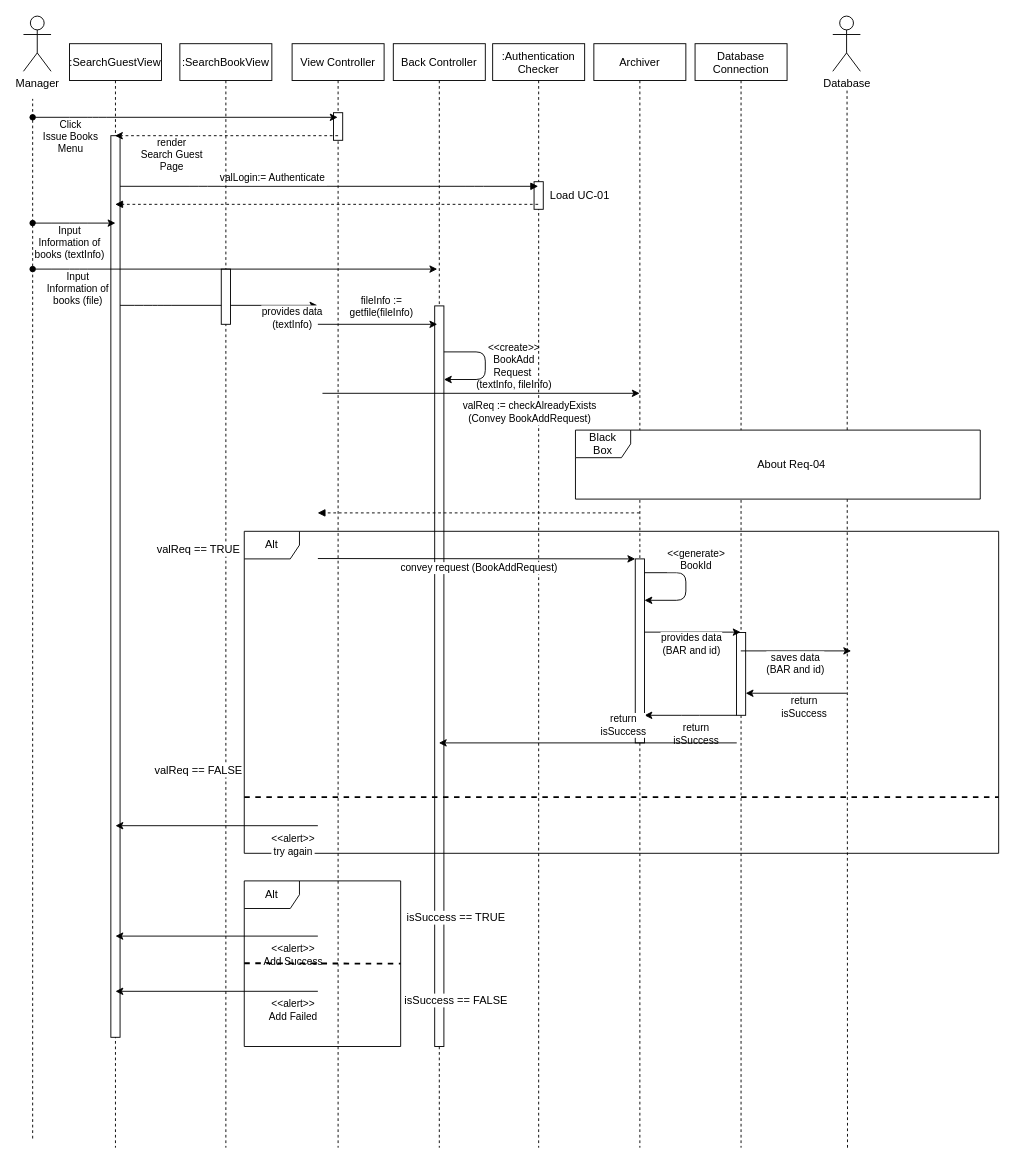
Above: docs/SequenceDiagram/SD-UC-03.drawio in youngkwon02/Enhanced-library-management (draw.io), before the change. Source tidied: cells renumbered, new cells numbered last; positions are measured from the earlier drawing's top-left corner, leaving out a move shared by most shapes. Both pictures are drawn from the tidied source at 92%, with x=0, y=0 at pixel (23, 16).
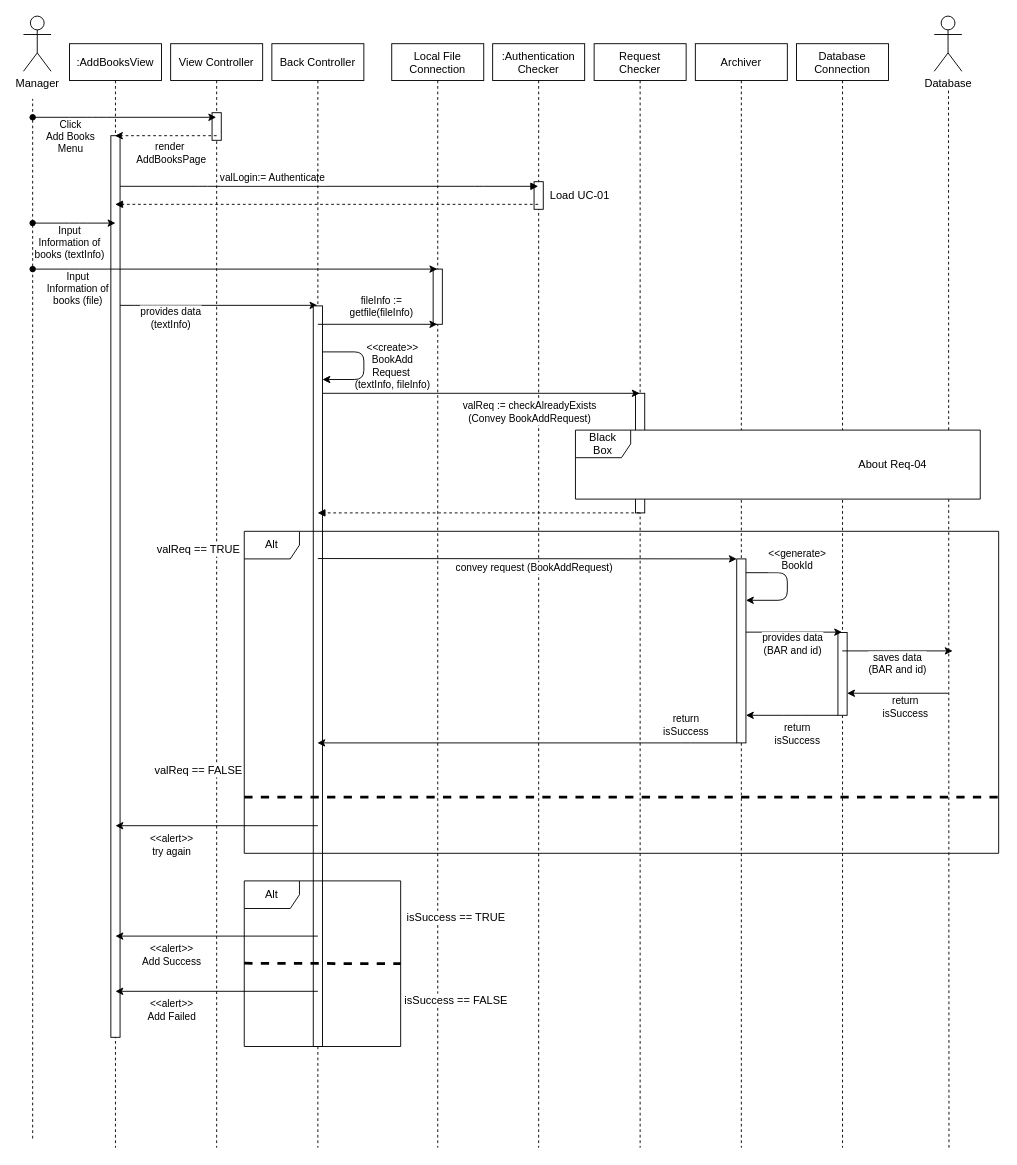
Above is the later version.

The change refers to these unchanged cells:
```xml
<mxCell id="2" style="endArrow=classic;html=1;startArrow=none;startFill=0;" parent="1" edge="1">
  <mxGeometry relative="1" as="geometry">
    <mxPoint x="99.7" y="314.4" as="sourcePoint" />
    <mxPoint x="319.5" y="314.4" as="targetPoint" />
    <Array as="points">
      <mxPoint x="130.5" y="314.4" />
      <mxPoint x="150.5" y="314.4" />
    </Array>
  </mxGeometry>
</mxCell>
<mxCell id="17" style="points=[];perimeter=orthogonalPerimeter;rounded=0;shadow=0;strokeWidth=1;" parent="16" vertex="1">
  <mxGeometry x="45" y="560" width="10" height="200" as="geometry" />
</mxCell>
<mxCell id="21" style="endArrow=classic;html=1;startArrow=oval;startFill=1;" parent="1" edge="1" target="8">
  <mxGeometry relative="1" as="geometry">
    <mxPoint x="10" y="110" as="sourcePoint" />
    <Array as="points">
      <mxPoint x="60" y="110" />
      <mxPoint x="80" y="110" />
    </Array>
  </mxGeometry>
</mxCell>
<mxCell id="52" style="endArrow=classic;html=1;" parent="1" edge="1" target="12">
  <mxGeometry relative="1" as="geometry">
    <mxPoint x="775.3" y="790" as="sourcePoint" />
    <Array as="points">
      <mxPoint x="725.3" y="790" />
    </Array>
  </mxGeometry>
</mxCell>
<mxCell id="57" style="endArrow=classic;html=1;strokeWidth=1;" parent="1" edge="1">
  <mxGeometry relative="1" as="geometry">
    <mxPoint x="320" y="880" as="sourcePoint" />
    <mxPoint x="100" y="880" as="targetPoint" />
  </mxGeometry>
</mxCell>
<mxCell id="60" style="endArrow=classic;html=1;strokeWidth=1;" parent="1" edge="1">
  <mxGeometry relative="1" as="geometry">
    <mxPoint x="320" y="1000" as="sourcePoint" />
    <mxPoint x="100" y="1000" as="targetPoint" />
  </mxGeometry>
</mxCell>
<mxCell id="63" style="endArrow=classic;html=1;strokeWidth=1;" parent="1" edge="1">
  <mxGeometry relative="1" as="geometry">
    <mxPoint x="320" y="1060" as="sourcePoint" />
    <mxPoint x="100" y="1060" as="targetPoint" />
  </mxGeometry>
</mxCell>
```

Change to the diagram source:
```diff
@@
     <mxCell id="3" value="provides data&lt;br&gt;(textInfo)" style="edgeLabel;html=1;align=center;verticalAlign=middle;" parent="2" vertex="1">
       <mxGeometry x="-0.17" y="-1" relative="1" as="geometry">
-        <mxPoint x="101" y="12" as="offset" />
+        <mxPoint x="-31" y="12" as="offset" />
       </mxGeometry>
     </mxCell>
@@
-    <mxCell id="6" value=":SearchGuestView" style="shape=umlLifeline;perimeter=lifelinePerimeter;rounded=0;shadow=0;strokeWidth=1;" parent="1" vertex="1">
+    <mxCell id="6" value=":AddBooksView" style="shape=umlLifeline;perimeter=lifelinePerimeter;rounded=0;shadow=0;strokeWidth=1;" parent="1" vertex="1">
       <mxGeometry x="50" y="30" width="100" height="1200" as="geometry" />
     </mxCell>
@@
     <mxCell id="8" value="View Controller" style="shape=umlLifeline;perimeter=lifelinePerimeter;rounded=0;shadow=0;strokeWidth=1;" parent="1" vertex="1">
-      <mxGeometry x="292" y="30" width="100" height="1200" as="geometry" />
+      <mxGeometry x="160" y="30" width="100" height="1200" as="geometry" />
     </mxCell>
@@
     <mxCell id="12" value="Back Controller" style="shape=umlLifeline;perimeter=lifelinePerimeter;rounded=0;shadow=0;strokeWidth=1;" parent="1" vertex="1">
-      <mxGeometry x="402" y="30" width="100" height="1200" as="geometry" />
+      <mxGeometry x="270" y="30" width="100" height="1200" as="geometry" />
     </mxCell>
@@
-    <mxCell id="14" value=":SearchBookView" style="shape=umlLifeline;perimeter=lifelinePerimeter;rounded=0;shadow=0;strokeWidth=1;" parent="1" vertex="1">
-      <mxGeometry x="170" y="30" width="100" height="1200" as="geometry" />
+    <mxCell id="14" value="Local File&#10;Connection" style="shape=umlLifeline;perimeter=lifelinePerimeter;rounded=0;shadow=0;strokeWidth=1;" parent="1" vertex="1">
+      <mxGeometry x="400.3" y="30" width="100" height="1200" as="geometry" />
     </mxCell>
@@
+    <mxCell id="70" value="Request&#10;Checker" style="shape=umlLifeline;perimeter=lifelinePerimeter;rounded=0;shadow=0;strokeWidth=1;" parent="1" vertex="1">
+      <mxGeometry x="620.3" y="30" width="100" height="1200" as="geometry" />
+    </mxCell>
+    <mxCell id="71" style="perimeter=orthogonalPerimeter;rounded=0;shadow=0;strokeWidth=1;" parent="70" vertex="1">
+      <mxGeometry x="45" y="380" width="10" height="130" as="geometry" />
+    </mxCell>
     <mxCell id="16" value="Archiver" style="shape=umlLifeline;perimeter=lifelinePerimeter;rounded=0;shadow=0;strokeWidth=1;" parent="1" vertex="1">
-      <mxGeometry x="620" y="30" width="100" height="1200" as="geometry" />
+      <mxGeometry x="730.3" y="30" width="100" height="1200" as="geometry" />
     </mxCell>
@@
     <mxCell id="18" value="Database&#10;Connection" style="shape=umlLifeline;perimeter=lifelinePerimeter;rounded=0;shadow=0;strokeWidth=1;" parent="1" vertex="1">
-      <mxGeometry x="730" y="30" width="100" height="1200" as="geometry" />
+      <mxGeometry x="840.3" y="30" width="100" height="1200" as="geometry" />
     </mxCell>
@@
     <mxCell id="20" value="Load UC-01" style="text;html=1;strokeColor=none;fillColor=none;align=center;verticalAlign=middle;whiteSpace=wrap;rounded=0;" parent="1" vertex="1">
-      <mxGeometry x="570" y="185" width="70.3" height="20" as="geometry" />
+      <mxGeometry x="570.3" y="185" width="70" height="20" as="geometry" />
     </mxCell>
@@
-    <mxCell id="22" value="Click&lt;br&gt;Issue Books&lt;br&gt;Menu" style="edgeLabel;html=1;align=center;verticalAlign=middle;" parent="21" vertex="1">
+    <mxCell id="22" value="Click&lt;br&gt;Add Books&lt;br&gt;Menu" style="edgeLabel;html=1;align=center;verticalAlign=middle;" parent="21" vertex="1">
       <mxGeometry x="-0.17" y="-1" relative="1" as="geometry">
-        <mxPoint x="-98" y="19" as="offset" />
+        <mxPoint x="-43" y="19" as="offset" />
       </mxGeometry>
     </mxCell>
@@
     <mxCell id="30" style="endArrow=classic;html=1;edgeStyle=orthogonalEdgeStyle;" parent="1" edge="1">
       <mxGeometry relative="1" as="geometry">
-        <mxPoint x="457" y="365" as="sourcePoint" />
-        <mxPoint x="457" y="395" as="targetPoint" />
+        <mxPoint x="325" y="365" as="sourcePoint" />
+        <mxPoint x="325" y="395" as="targetPoint" />
         <Array as="points">
-          <mxPoint x="502" y="365" />
-          <mxPoint x="502" y="395" />
+          <mxPoint x="370" y="365" />
+          <mxPoint x="370" y="395" />
         </Array>
       </mxGeometry>
     </mxCell>
@@
     <mxCell id="32" value="Database" style="shape=umlActor;verticalLabelPosition=bottom;verticalAlign=top;html=1;" parent="1" vertex="1">
-      <mxGeometry x="879.7" width="30" height="60" as="geometry" />
+      <mxGeometry x="990" width="30" height="60" as="geometry" />
     </mxCell>
-    <mxCell id="33" style="endArrow=classic;html=1;" parent="1" edge="1">
+    <mxCell id="33" style="endArrow=classic;html=1;" parent="1" edge="1" target="70">
       <mxGeometry relative="1" as="geometry">
         <mxPoint x="325" y="410" as="sourcePoint" />
-        <mxPoint x="669.8" y="410" as="targetPoint" />
       </mxGeometry>
     </mxCell>
@@
     <mxCell id="35" style="endArrow=none;dashed=1;html=1;" parent="1" edge="1">
       <mxGeometry relative="1" as="geometry">
-        <mxPoint x="895.7" y="1230" as="sourcePoint" />
-        <mxPoint x="895.2" y="80" as="targetPoint" />
+        <mxPoint x="1006" y="1230" as="sourcePoint" />
+        <mxPoint x="1005.5" y="80" as="targetPoint" />
       </mxGeometry>
     </mxCell>
@@
     <mxCell id="37" value="About Req-04" style="text;html=1;strokeColor=none;fillColor=none;align=center;verticalAlign=middle;whiteSpace=wrap;rounded=0;" parent="1" vertex="1">
-      <mxGeometry x="789.7" y="477.5" width="90" height="20" as="geometry" />
+      <mxGeometry x="900" y="477.5" width="90" height="20" as="geometry" />
     </mxCell>
@@
+    <mxCell id="72" style="endArrow=classic;html=1;dashed=1;" parent="1" edge="1" target="6">
+      <mxGeometry relative="1" as="geometry">
+        <mxPoint x="210" y="130" as="sourcePoint" />
+      </mxGeometry>
+    </mxCell>
+    <mxCell id="73" value="render&lt;br&gt;&amp;nbsp;AddBooksPage" style="edgeLabel;html=1;align=center;verticalAlign=middle;" parent="72" vertex="1">
+      <mxGeometry x="-0.15" y="1" relative="1" as="geometry">
+        <mxPoint x="-5" y="17" as="offset" />
+      </mxGeometry>
+    </mxCell>
@@
     <mxCell id="42" style="endArrow=classic;html=1;edgeStyle=orthogonalEdgeStyle;" parent="1" edge="1">
       <mxGeometry relative="1" as="geometry">
-        <mxPoint x="675" y="605" as="sourcePoint" />
-        <mxPoint x="675" y="635" as="targetPoint" />
+        <mxPoint x="785.3" y="605" as="sourcePoint" />
+        <mxPoint x="785.3" y="635" as="targetPoint" />
         <Array as="points">
-          <mxPoint x="720" y="605" />
-          <mxPoint x="720" y="635" />
+          <mxPoint x="830.3" y="605" />
+          <mxPoint x="830.3" y="635" />
         </Array>
       </mxGeometry>
     </mxCell>
@@
     <mxCell id="44" style="endArrow=classic;html=1;" parent="1" edge="1" target="18">
       <mxGeometry relative="1" as="geometry">
-        <mxPoint x="675" y="669.6" as="sourcePoint" />
+        <mxPoint x="785.3" y="669.6" as="sourcePoint" />
       </mxGeometry>
     </mxCell>
@@
     <mxCell id="46" style="endArrow=classic;html=1;" parent="1" edge="1">
       <mxGeometry relative="1" as="geometry">
-        <mxPoint x="779.7" y="690" as="sourcePoint" />
-        <mxPoint x="899.7" y="690" as="targetPoint" />
+        <mxPoint x="890" y="690" as="sourcePoint" />
+        <mxPoint x="1010" y="690" as="targetPoint" />
       </mxGeometry>
     </mxCell>
@@
     <mxCell id="48" style="endArrow=classic;html=1;" parent="1" edge="1">
       <mxGeometry relative="1" as="geometry">
-        <mxPoint x="895" y="736" as="sourcePoint" />
-        <mxPoint x="785" y="736" as="targetPoint" />
+        <mxPoint x="1005.3" y="736" as="sourcePoint" />
+        <mxPoint x="895.3" y="736" as="targetPoint" />
         <Array as="points">
-          <mxPoint x="845" y="736" />
+          <mxPoint x="955.3" y="736" />
         </Array>
       </mxGeometry>
     </mxCell>
@@
     <mxCell id="50" style="endArrow=classic;html=1;" parent="1" edge="1" target="17">
       <mxGeometry relative="1" as="geometry">
-        <mxPoint x="775" y="760" as="sourcePoint" />
+        <mxPoint x="885.3" y="760" as="sourcePoint" />
         <Array as="points">
-          <mxPoint x="725" y="760" />
+          <mxPoint x="835.3" y="760" />
         </Array>
       </mxGeometry>
     </mxCell>
@@
     <mxCell id="53" value="return&lt;br&gt;isSuccess" style="edgeLabel;html=1;align=center;verticalAlign=middle;" parent="52" vertex="1">
       <mxGeometry x="-0.36" y="-3" relative="1" as="geometry">
-        <mxPoint x="-20" y="-17" as="offset" />
+        <mxPoint x="90" y="-17" as="offset" />
       </mxGeometry>
     </mxCell>
@@
     <mxCell id="58" value="&amp;lt;&amp;lt;alert&amp;gt;&amp;gt;&lt;br&gt;try again" style="edgeLabel;html=1;align=center;verticalAlign=middle;" parent="57" vertex="1">
       <mxGeometry x="0.16" y="4" relative="1" as="geometry">
-        <mxPoint x="100" y="16" as="offset" />
+        <mxPoint x="-32" y="16" as="offset" />
       </mxGeometry>
     </mxCell>
-    <mxCell id="59" style="endArrow=none;dashed=1;html=1;strokeWidth=2;entryX=1;entryY=0.857;entryDx=0;entryDy=0;entryPerimeter=0;" parent="1" edge="1">
+    <mxCell id="59" style="endArrow=none;dashed=1;html=1;strokeWidth=3;entryX=1;entryY=0.857;entryDx=0;entryDy=0;entryPerimeter=0;" parent="1" edge="1">
       <mxGeometry relative="1" as="geometry">
         <mxPoint x="240" y="849" as="sourcePoint" />
         <mxPoint x="1060" y="849" as="targetPoint" />
       </mxGeometry>
     </mxCell>
@@
     <mxCell id="61" value="&amp;lt;&amp;lt;alert&amp;gt;&amp;gt;&lt;br&gt;Add Success" style="edgeLabel;html=1;align=center;verticalAlign=middle;" parent="60" vertex="1">
       <mxGeometry x="0.16" y="4" relative="1" as="geometry">
-        <mxPoint x="100" y="16" as="offset" />
+        <mxPoint x="-32" y="16" as="offset" />
       </mxGeometry>
     </mxCell>
@@
     <mxCell id="64" value="&amp;lt;&amp;lt;alert&amp;gt;&amp;gt;&lt;br&gt;Add Failed" style="edgeLabel;html=1;align=center;verticalAlign=middle;" parent="63" vertex="1">
       <mxGeometry x="0.16" y="4" relative="1" as="geometry">
-        <mxPoint x="100" y="16" as="offset" />
+        <mxPoint x="-32" y="16" as="offset" />
       </mxGeometry>
     </mxCell>
-    <mxCell id="65" style="endArrow=none;dashed=1;html=1;strokeWidth=2;" parent="1" edge="1">
+    <mxCell id="65" style="endArrow=none;dashed=1;html=1;strokeWidth=3;" parent="1" edge="1">
       <mxGeometry relative="1" as="geometry">
         <mxPoint x="240" y="1029.5" as="sourcePoint" />
         <mxPoint x="410" y="1030" as="targetPoint" />
       </mxGeometry>
     </mxCell>
@@
-    <mxCell id="68" style="endArrow=classic;html=1;strokeWidth=1;dashed=1;" parent="1" edge="1" target="6">
-      <mxGeometry relative="1" as="geometry">
-        <mxPoint x="342" y="130" as="sourcePoint" />
-      </mxGeometry>
-    </mxCell>
-    <mxCell id="69" value="render&lt;br&gt;Search Guest&lt;br&gt;Page" style="edgeLabel;html=1;align=center;verticalAlign=middle;" parent="68" vertex="1">
-      <mxGeometry x="-0.32" y="-3" relative="1" as="geometry">
-        <mxPoint x="-100" y="23" as="offset" />
-      </mxGeometry>
-    </mxCell>
```
